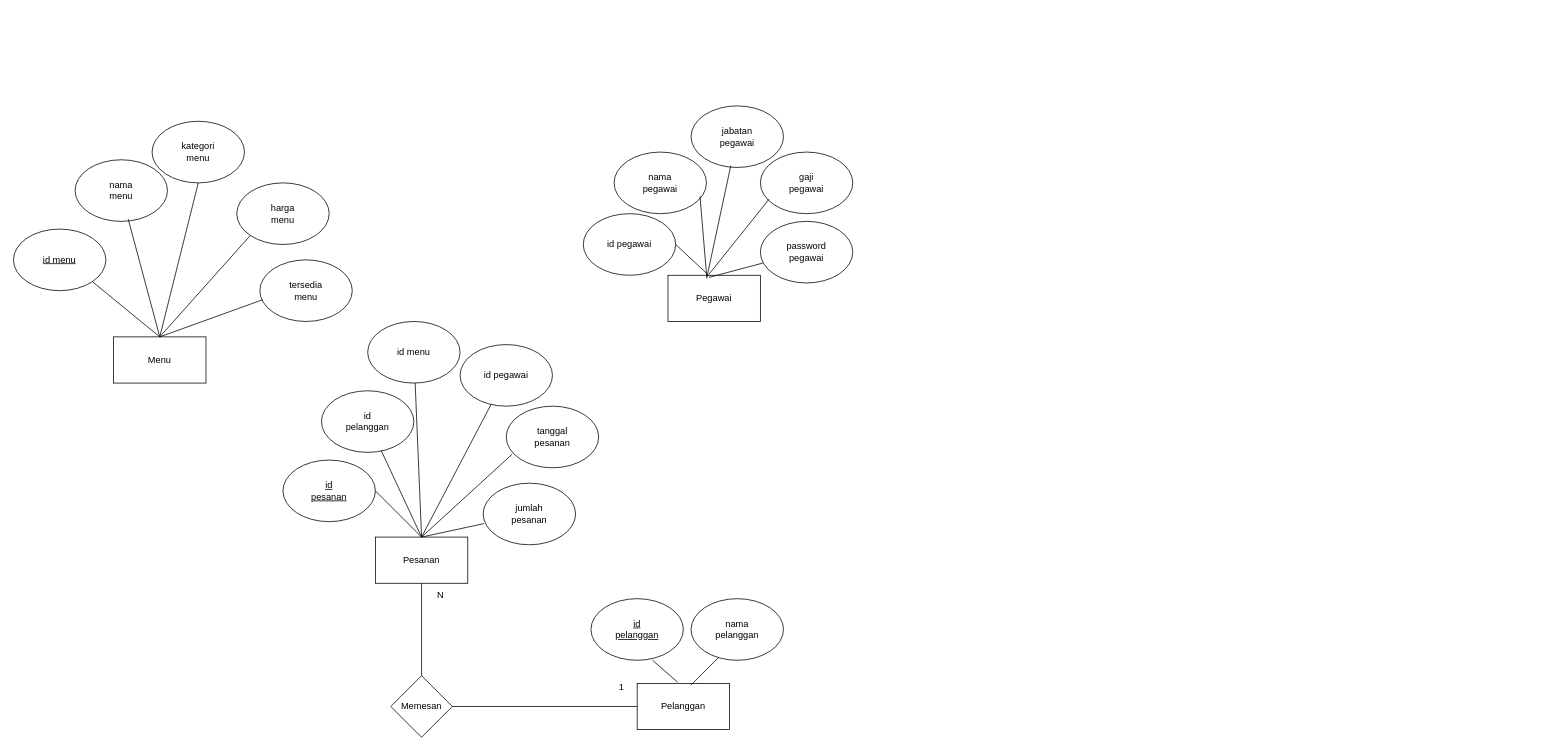
Earlier version of the draw.io diagram Tugas 2.drawio (ImNotDanish05/Tugas). Source tidied: cells renumbered, new cells numbered last; positions are measured from the earlier drawing's top-left corner, leaving out a move shared by most shapes. Both pictures are drawn from the tidied source at 77%, with x=0, y=0 at pixel (13, 105).
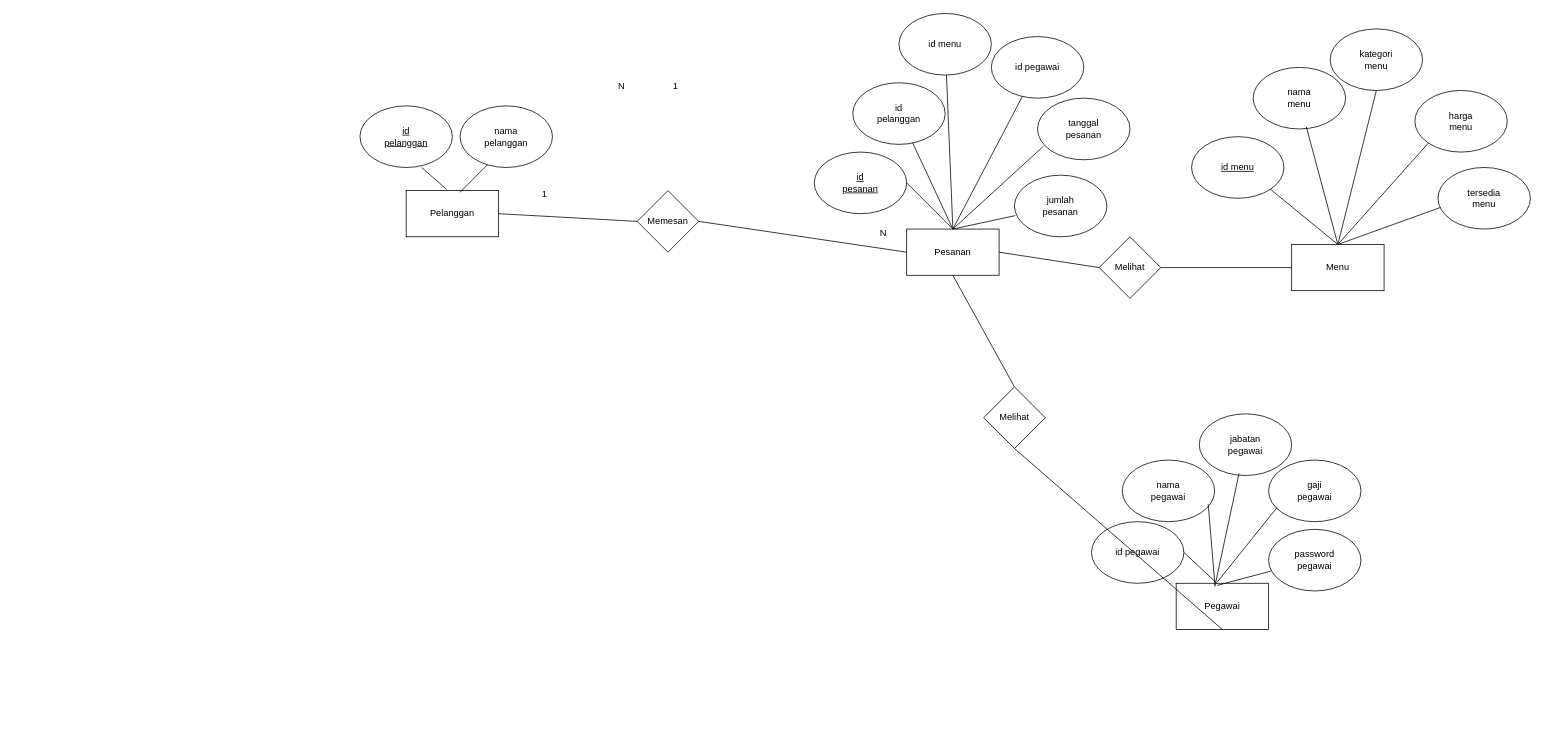
Above is the later version.

Unchanged cells that the change refers to:
```xml
<mxCell id="3" style="rhombus;whiteSpace=wrap;html=1;" parent="2" vertex="1">
  <mxGeometry width="80" height="80" as="geometry" />
</mxCell>
<mxCell id="7" style="rounded=0;whiteSpace=wrap;html=1;" parent="6" vertex="1">
  <mxGeometry width="120" height="60" as="geometry" />
</mxCell>
<mxCell id="31" style="rounded=0;whiteSpace=wrap;html=1;" parent="30" vertex="1">
  <mxGeometry width="120" height="60" as="geometry" />
</mxCell>
<mxCell id="59" style="rounded=0;whiteSpace=wrap;html=1;" parent="58" vertex="1">
  <mxGeometry width="120" height="60" as="geometry" />
</mxCell>
<mxCell id="72" style="rounded=0;whiteSpace=wrap;html=1;" parent="71" vertex="1">
  <mxGeometry width="120" height="60" as="geometry" />
</mxCell>
```

Diff of the diagram source:
```diff
@@
     <mxCell id="2" style="group;" parent="1" vertex="1">
-      <mxGeometry x="490" y="740" width="80" height="80" as="geometry" />
+      <mxGeometry x="1260" y="365" width="80" height="80" as="geometry" />
     </mxCell>
@@
-    <mxCell id="4" value="Memesan" style="text;html=1;align=center;verticalAlign=middle;whiteSpace=wrap;rounded=0;" parent="2" vertex="1">
+    <mxCell id="4" value="Melihat" style="text;html=1;align=center;verticalAlign=middle;whiteSpace=wrap;rounded=0;" parent="2" vertex="1">
       <mxGeometry x="10" y="25" width="60" height="30" as="geometry" />
     </mxCell>
     <mxCell id="5" style="group;" parent="1" vertex="1">
-      <mxGeometry y="20" width="440" height="340" as="geometry" />
+      <mxGeometry x="1530" y="-100" width="440" height="340" as="geometry" />
     </mxCell>
@@
     <mxCell id="29" style="group;" parent="1" vertex="1">
-      <mxGeometry x="350" y="280" width="410" height="340" as="geometry" />
+      <mxGeometry x="1040" y="-120" width="410" height="340" as="geometry" />
     </mxCell>
@@
+    <mxCell id="97" value="N" style="text;html=1;align=center;verticalAlign=middle;whiteSpace=wrap;rounded=0;" parent="29" vertex="1">
+      <mxGeometry x="60" y="270" width="60" height="30" as="geometry" />
+    </mxCell>
     <mxCell id="57" style="group;" parent="1" vertex="1">
-      <mxGeometry x="750" y="640" width="250" height="170" as="geometry" />
+      <mxGeometry x="450" width="250" height="170" as="geometry" />
     </mxCell>
@@
-    <mxCell id="69" value="1" style="text;html=1;align=center;verticalAlign=middle;whiteSpace=wrap;rounded=0;" parent="57" vertex="1">
-      <mxGeometry x="10" y="100" width="60" height="30" as="geometry" />
-    </mxCell>
     <mxCell id="70" style="group;" parent="1" vertex="1">
-      <mxGeometry x="740" width="350" height="280" as="geometry" />
+      <mxGeometry x="1400" y="400" width="350" height="280" as="geometry" />
     </mxCell>
@@
-    <mxCell id="94" style="endArrow=none;html=1;rounded=0;exitX=1;exitY=0.5;exitDx=0;exitDy=0;entryX=0;entryY=0.5;entryDx=0;entryDy=0;" parent="1" edge="1" source="3" target="59">
-      <mxGeometry relative="1" as="geometry" />
-    </mxCell>
-    <mxCell id="95" style="endArrow=none;html=1;rounded=0;" parent="1" edge="1">
-      <mxGeometry relative="1" as="geometry">
-        <mxPoint x="530" y="740" as="sourcePoint" />
-        <mxPoint x="530" y="620" as="targetPoint" />
-      </mxGeometry>
-    </mxCell>
-    <mxCell id="96" value="N" style="text;html=1;align=center;verticalAlign=middle;whiteSpace=wrap;rounded=0;" parent="1" vertex="1">
-      <mxGeometry x="525" y="620" width="60" height="30" as="geometry" />
-    </mxCell>
+    <mxCell id="98" style="group;" parent="1" vertex="1">
+      <mxGeometry x="1410" y="170" width="80" height="80" as="geometry" />
+    </mxCell>
+    <mxCell id="99" style="rhombus;whiteSpace=wrap;html=1;" parent="98" vertex="1">
+      <mxGeometry width="80" height="80" as="geometry" />
+    </mxCell>
+    <mxCell id="100" value="Melihat" style="text;html=1;align=center;verticalAlign=middle;whiteSpace=wrap;rounded=0;" parent="98" vertex="1">
+      <mxGeometry x="10" y="25" width="60" height="30" as="geometry" />
+    </mxCell>
+    <mxCell id="101" style="group;" parent="1" vertex="1">
+      <mxGeometry x="810" y="110" width="80" height="80" as="geometry" />
+    </mxCell>
+    <mxCell id="102" style="rhombus;whiteSpace=wrap;html=1;" parent="101" vertex="1">
+      <mxGeometry width="80" height="80" as="geometry" />
+    </mxCell>
+    <mxCell id="103" value="Memesan" style="text;html=1;align=center;verticalAlign=middle;whiteSpace=wrap;rounded=0;" parent="101" vertex="1">
+      <mxGeometry x="10" y="25" width="60" height="30" as="geometry" />
+    </mxCell>
+    <mxCell id="104" value="1" style="text;html=1;align=center;verticalAlign=middle;whiteSpace=wrap;rounded=0;" parent="1" vertex="1">
+      <mxGeometry x="660" y="100" width="60" height="30" as="geometry" />
+    </mxCell>
+    <mxCell id="105" value="N" style="text;html=1;align=center;verticalAlign=middle;whiteSpace=wrap;rounded=0;" parent="1" vertex="1">
+      <mxGeometry x="760" y="-40" width="60" height="30" as="geometry" />
+    </mxCell>
+    <mxCell id="106" value="1" style="text;html=1;align=center;verticalAlign=middle;whiteSpace=wrap;rounded=0;" parent="1" vertex="1">
+      <mxGeometry x="830" y="-40" width="60" height="30" as="geometry" />
+    </mxCell>
+    <mxCell id="107" style="endArrow=none;html=1;rounded=0;" parent="1" edge="1">
+      <mxGeometry relative="1" as="geometry">
+        <mxPoint x="630" y="140" as="sourcePoint" />
+        <mxPoint x="810" y="150" as="targetPoint" />
+      </mxGeometry>
+    </mxCell>
+    <mxCell id="108" style="endArrow=none;html=1;rounded=0;entryX=0;entryY=0.5;entryDx=0;entryDy=0;" parent="1" edge="1" target="31">
+      <mxGeometry relative="1" as="geometry">
+        <mxPoint x="890" y="150" as="sourcePoint" />
+      </mxGeometry>
+    </mxCell>
+    <mxCell id="109" style="endArrow=none;html=1;rounded=0;exitX=1;exitY=0.5;exitDx=0;exitDy=0;entryX=0;entryY=0.5;entryDx=0;entryDy=0;" parent="1" edge="1" source="31" target="99">
+      <mxGeometry relative="1" as="geometry" />
+    </mxCell>
+    <mxCell id="110" style="endArrow=none;html=1;rounded=0;exitX=1;exitY=0.5;exitDx=0;exitDy=0;entryX=0;entryY=0.5;entryDx=0;entryDy=0;" parent="1" edge="1" source="99" target="7">
+      <mxGeometry relative="1" as="geometry" />
+    </mxCell>
+    <mxCell id="111" style="endArrow=none;html=1;rounded=0;entryX=0.5;entryY=1;entryDx=0;entryDy=0;exitX=0.5;exitY=0;exitDx=0;exitDy=0;" parent="1" edge="1" source="3" target="31">
+      <mxGeometry relative="1" as="geometry" />
+    </mxCell>
+    <mxCell id="112" style="endArrow=none;html=1;rounded=0;exitX=0.5;exitY=1;exitDx=0;exitDy=0;entryX=0.5;entryY=1;entryDx=0;entryDy=0;" parent="1" edge="1" source="3" target="72">
+      <mxGeometry relative="1" as="geometry" />
+    </mxCell>
```
